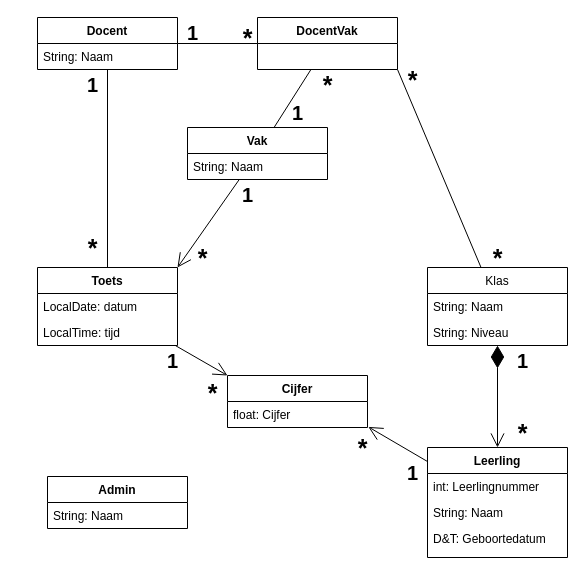
Vsvlak/Groepsopdracht-Kamer-1 keeps this draw.io diagram as UML/Class Diagram K1 (Editable).drawio. Above is the earlier version. Source tidied: cells renumbered, new cells numbered last; positions are measured from the earlier drawing's top-left corner, leaving out a move shared by most shapes. Both pictures are drawn from the tidied source at 100%, with x=0, y=0 at pixel (37, 17).
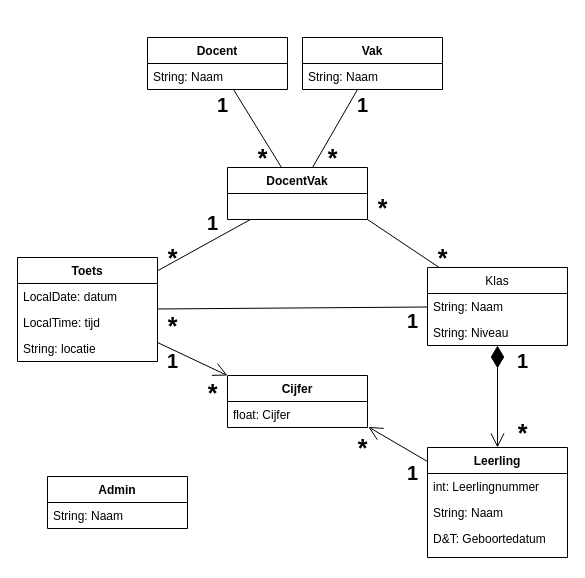
The same page after the edit.

The change refers to these unchanged cells:
```xml
<mxCell id="26" value="Klas" style="swimlane;fontStyle=0;horizontal=1;startSize=26;fillColor=none;" parent="1" vertex="1">
  <mxGeometry x="390" y="250" width="140" height="78" as="geometry" />
</mxCell>
```

What changed in the source:
```diff
@@
-    <mxCell id="6" style="endArrow=none;html=1;endFill=0;startArrow=open;startFill=0;endSize=12;startSize=12;exitX=1;exitY=0;exitDx=0;exitDy=0;" parent="1" edge="1" source="33" target="44">
-      <mxGeometry relative="1" as="geometry" />
-    </mxCell>
@@
-    <mxCell id="10" style="endArrow=none;html=1;" parent="1" edge="1" source="33" target="31">
-      <mxGeometry relative="1" as="geometry" />
-    </mxCell>
-    <mxCell id="11" value="&lt;b&gt;1&lt;/b&gt;" style="text;html=1;align=center;verticalAlign=middle;fontSize=20;" parent="1" vertex="1">
-      <mxGeometry x="40" y="52" width="30" height="30" as="geometry" />
-    </mxCell>
@@
     <mxCell id="15" value="&lt;b&gt;1&lt;/b&gt;" style="text;html=1;align=center;verticalAlign=middle;fontSize=20;" parent="1" vertex="1">
-      <mxGeometry x="140" width="30" height="30" as="geometry" />
+      <mxGeometry x="310" y="72" width="30" height="30" as="geometry" />
     </mxCell>
@@
-    <mxCell id="18" value="&lt;b style=&quot;font-size: 25px;&quot;&gt;*&lt;/b&gt;" style="text;html=1;align=center;verticalAlign=middle;fontSize=25;" parent="1" vertex="1">
-      <mxGeometry x="40" y="210" width="30" height="40" as="geometry" />
-    </mxCell>
     <mxCell id="19" value="&lt;b style=&quot;font-size: 25px;&quot;&gt;*&lt;/b&gt;" style="text;html=1;align=center;verticalAlign=middle;fontSize=25;" parent="1" vertex="1">
-      <mxGeometry x="195" width="30" height="40" as="geometry" />
+      <mxGeometry x="210" y="120" width="30" height="40" as="geometry" />
     </mxCell>
-    <mxCell id="20" value="&lt;b&gt;1&lt;/b&gt;" style="text;html=1;align=center;verticalAlign=middle;fontSize=20;" parent="1" vertex="1">
-      <mxGeometry x="195" y="162" width="30" height="30" as="geometry" />
-    </mxCell>
-    <mxCell id="21" value="&lt;b style=&quot;font-size: 25px;&quot;&gt;*&lt;/b&gt;" style="text;html=1;align=center;verticalAlign=middle;fontSize=25;" parent="1" vertex="1">
-      <mxGeometry x="150" y="220" width="30" height="40" as="geometry" />
-    </mxCell>
     <mxCell id="22" value="&lt;b style=&quot;font-size: 25px;&quot;&gt;*&lt;/b&gt;" style="text;html=1;align=center;verticalAlign=middle;fontSize=25;" parent="1" vertex="1">
-      <mxGeometry x="360" y="42" width="30" height="40" as="geometry" />
+      <mxGeometry x="280" y="120" width="30" height="40" as="geometry" />
     </mxCell>
     <mxCell id="23" value="&lt;b&gt;1&lt;/b&gt;" style="text;html=1;align=center;verticalAlign=middle;fontSize=20;" parent="1" vertex="1">
-      <mxGeometry x="245" y="80" width="30" height="30" as="geometry" />
+      <mxGeometry x="170" y="72" width="30" height="30" as="geometry" />
     </mxCell>
     <mxCell id="24" value="&lt;b style=&quot;font-size: 25px;&quot;&gt;*&lt;/b&gt;" style="text;html=1;align=center;verticalAlign=middle;fontSize=25;" parent="1" vertex="1">
-      <mxGeometry x="275" y="47" width="30" height="40" as="geometry" />
+      <mxGeometry x="120" y="220" width="30" height="40" as="geometry" />
     </mxCell>
     <mxCell id="25" value="&lt;b style=&quot;font-size: 25px;&quot;&gt;*&lt;/b&gt;" style="text;html=1;align=center;verticalAlign=middle;fontSize=25;" parent="1" vertex="1">
-      <mxGeometry x="445" y="220" width="30" height="40" as="geometry" />
+      <mxGeometry x="390" y="220" width="30" height="40" as="geometry" />
     </mxCell>
@@
-    <mxCell id="29" value="DocentVak" style="swimlane;fontStyle=1;horizontal=1;startSize=26;fillColor=none;" parent="1" vertex="1">
-      <mxGeometry x="220" width="140" height="52" as="geometry" />
-    </mxCell>
-    <mxCell id="30" value="     " style="text;strokeColor=none;fillColor=none;align=left;verticalAlign=top;spacingLeft=4;spacingRight=4;overflow=hidden;" parent="29" vertex="1">
-      <mxGeometry y="26" width="140" height="26" as="geometry" />
-    </mxCell>
-    <mxCell id="31" value="Docent" style="swimlane;fontStyle=1;horizontal=1;startSize=26;fillColor=none;" parent="1" vertex="1">
-      <mxGeometry width="140" height="52" as="geometry" />
-    </mxCell>
-    <mxCell id="32" value="String: Naam" style="text;strokeColor=none;fillColor=none;align=left;verticalAlign=top;spacingLeft=4;spacingRight=4;overflow=hidden;" parent="31" vertex="1">
-      <mxGeometry y="26" width="140" height="26" as="geometry" />
-    </mxCell>
-    <mxCell id="33" value="Toets" style="swimlane;fontStyle=1;horizontal=1;startSize=26;fillColor=none;" parent="1" vertex="1">
-      <mxGeometry y="250" width="140" height="78" as="geometry" />
-    </mxCell>
-    <mxCell id="34" value="LocalDate: datum" style="text;strokeColor=none;fillColor=none;align=left;verticalAlign=top;spacingLeft=4;spacingRight=4;overflow=hidden;" parent="33" vertex="1">
-      <mxGeometry y="26" width="140" height="26" as="geometry" />
-    </mxCell>
-    <mxCell id="35" value="LocalTime: tijd" style="text;strokeColor=none;fillColor=none;align=left;verticalAlign=top;spacingLeft=4;spacingRight=4;overflow=hidden;" parent="33" vertex="1">
-      <mxGeometry y="52" width="140" height="26" as="geometry" />
-    </mxCell>
@@
+    <mxCell id="46" style="endArrow=none;html=1;" parent="1" edge="1" source="33" target="29">
+      <mxGeometry relative="1" as="geometry" />
+    </mxCell>
+    <mxCell id="29" value="DocentVak" style="swimlane;fontStyle=1;horizontal=1;startSize=26;fillColor=none;" parent="1" vertex="1">
+      <mxGeometry x="190" y="150" width="140" height="52" as="geometry" />
+    </mxCell>
+    <mxCell id="30" value="     " style="text;strokeColor=none;fillColor=none;align=left;verticalAlign=top;spacingLeft=4;spacingRight=4;overflow=hidden;" parent="29" vertex="1">
+      <mxGeometry y="26" width="140" height="26" as="geometry" />
+    </mxCell>
+    <mxCell id="47" value="&lt;b&gt;1&lt;/b&gt;" style="text;html=1;align=center;verticalAlign=middle;fontSize=20;" parent="1" vertex="1">
+      <mxGeometry x="160" y="190" width="30" height="30" as="geometry" />
+    </mxCell>
+    <mxCell id="48" value="&lt;b style=&quot;font-size: 25px;&quot;&gt;*&lt;/b&gt;" style="text;html=1;align=center;verticalAlign=middle;fontSize=25;" parent="1" vertex="1">
+      <mxGeometry x="330" y="170" width="30" height="40" as="geometry" />
+    </mxCell>
+    <mxCell id="49" style="endArrow=none;html=1;" parent="1" edge="1" source="33" target="26">
+      <mxGeometry relative="1" as="geometry" />
+    </mxCell>
+    <mxCell id="31" value="Docent" style="swimlane;fontStyle=1;horizontal=1;startSize=26;fillColor=none;" parent="1" vertex="1">
+      <mxGeometry x="110" y="20" width="140" height="52" as="geometry" />
+    </mxCell>
+    <mxCell id="32" value="String: Naam" style="text;strokeColor=none;fillColor=none;align=left;verticalAlign=top;spacingLeft=4;spacingRight=4;overflow=hidden;" parent="31" vertex="1">
+      <mxGeometry y="26" width="140" height="26" as="geometry" />
+    </mxCell>
     <mxCell id="44" value="Vak" style="swimlane;fontStyle=1;horizontal=1;startSize=26;fillColor=none;" parent="1" vertex="1">
-      <mxGeometry x="150" y="110" width="140" height="52" as="geometry" />
+      <mxGeometry x="265" y="20" width="140" height="52" as="geometry" />
     </mxCell>
@@
+    <mxCell id="50" value="&lt;b style=&quot;font-size: 25px;&quot;&gt;*&lt;/b&gt;" style="text;html=1;align=center;verticalAlign=middle;fontSize=25;" parent="1" vertex="1">
+      <mxGeometry x="120" y="288" width="30" height="40" as="geometry" />
+    </mxCell>
+    <mxCell id="51" value="&lt;b&gt;1&lt;/b&gt;" style="text;html=1;align=center;verticalAlign=middle;fontSize=20;" parent="1" vertex="1">
+      <mxGeometry x="360" y="288" width="30" height="30" as="geometry" />
+    </mxCell>
+    <mxCell id="33" value="Toets" style="swimlane;fontStyle=1;horizontal=1;startSize=26;fillColor=none;" parent="1" vertex="1">
+      <mxGeometry x="-20" y="240" width="140" height="104" as="geometry" />
+    </mxCell>
+    <mxCell id="34" value="LocalDate: datum" style="text;strokeColor=none;fillColor=none;align=left;verticalAlign=top;spacingLeft=4;spacingRight=4;overflow=hidden;" parent="33" vertex="1">
+      <mxGeometry y="26" width="140" height="26" as="geometry" />
+    </mxCell>
+    <mxCell id="35" value="LocalTime: tijd" style="text;strokeColor=none;fillColor=none;align=left;verticalAlign=top;spacingLeft=4;spacingRight=4;overflow=hidden;" parent="33" vertex="1">
+      <mxGeometry y="52" width="140" height="26" as="geometry" />
+    </mxCell>
+    <mxCell id="52" value="String: locatie" style="text;strokeColor=none;fillColor=none;align=left;verticalAlign=top;spacingLeft=4;spacingRight=4;overflow=hidden;" parent="33" vertex="1">
+      <mxGeometry y="78" width="140" height="26" as="geometry" />
+    </mxCell>
```
